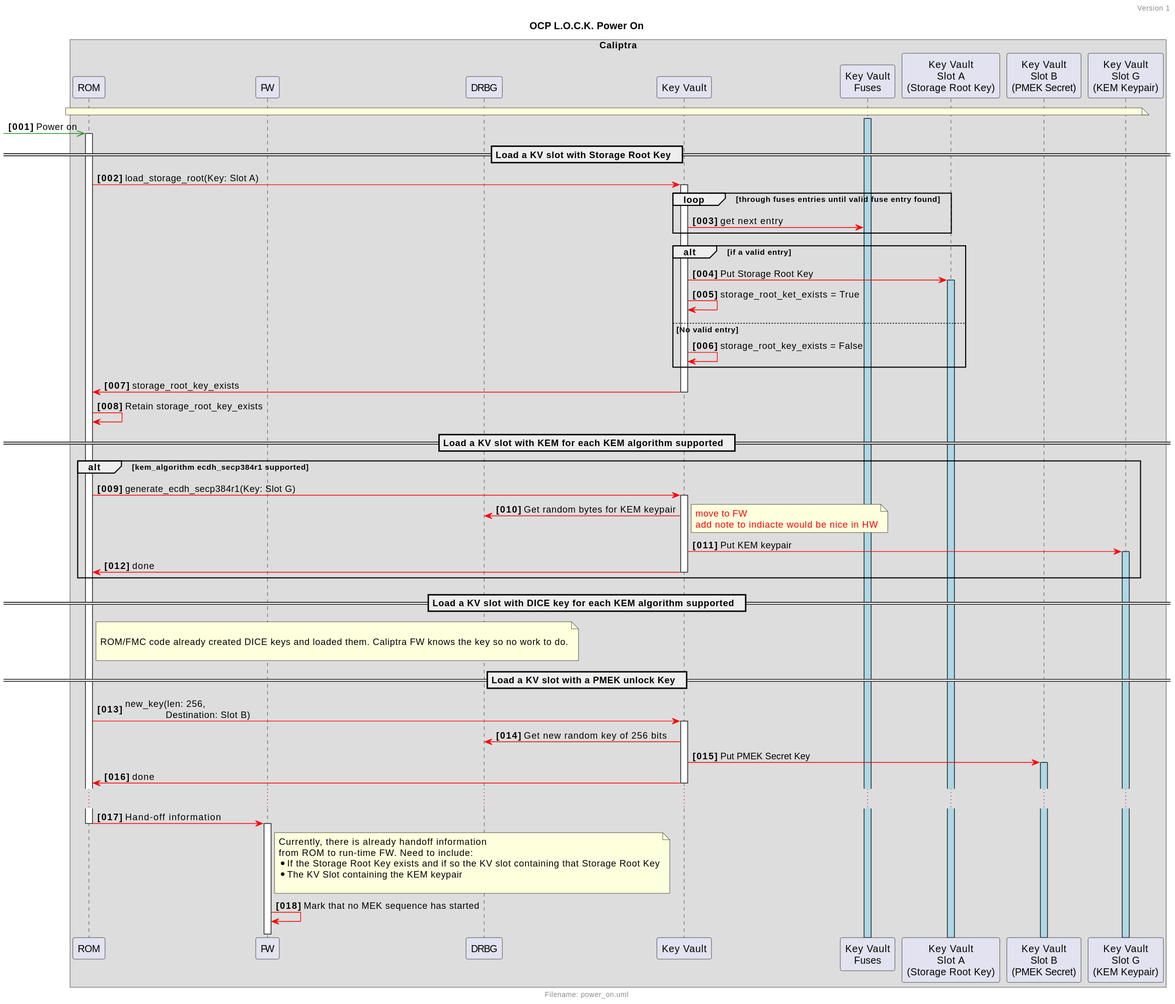
chipsalliance/Caliptra keeps this PlantUML diagram as doc/ocp_lock/diagrams/power_on.svg. Above is the earlier version.
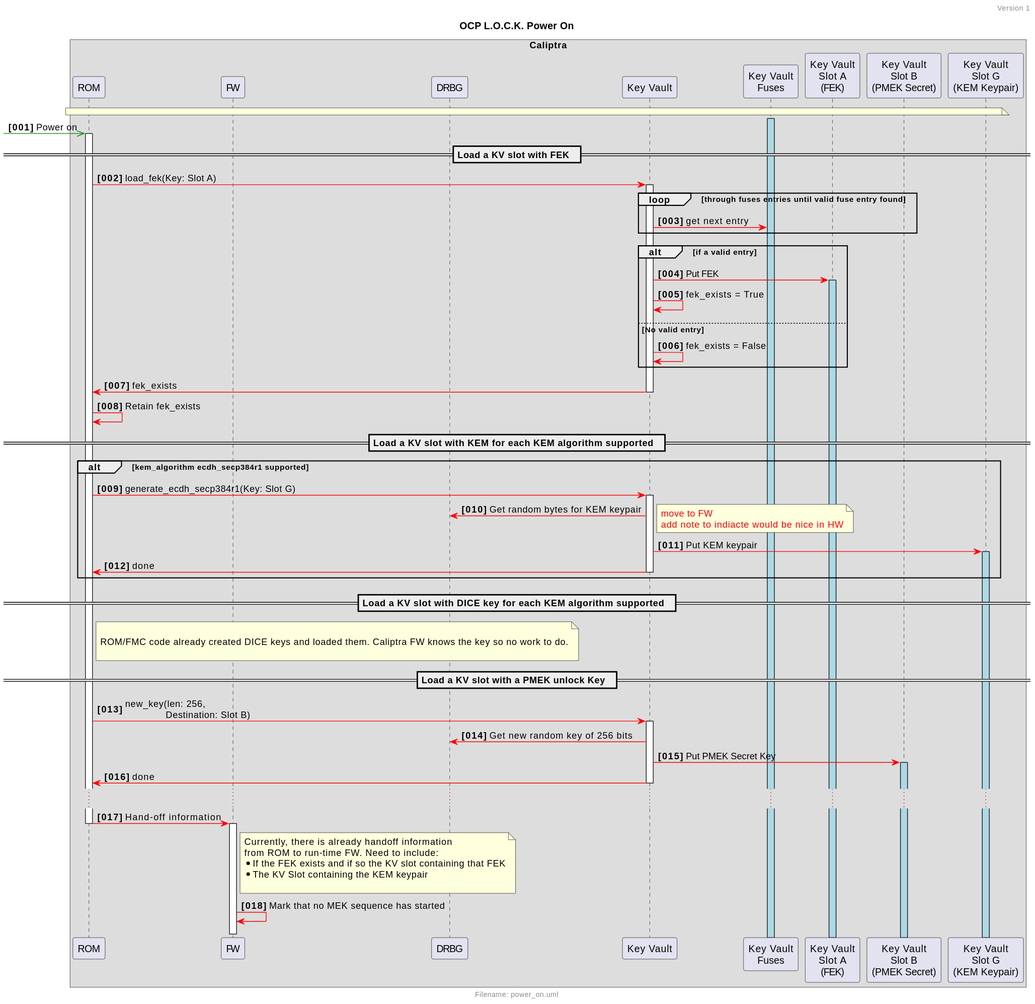
Above is the later version.

Change to the diagram source:
```diff
@@ -18,27 +18,27 @@
 
 [-[$ASYNC_COLOR]>> crom++ : Power on
 
-== Load a KV slot with Storage Root Key  ==
+== Load a KV slot with FEK  ==
 
-crom $sync kv++: load_storage_root(Key: Slot A)
+crom $sync kv++: load_fek(Key: Slot A)
 loop through fuses entries until valid fuse entry found
     kv $sync fuses : get next entry
 end
 
 alt if a valid entry
-    kv $sync srk : Put Storage Root Key
-    srk++ $BUFFER_ACTIVATION
-    kv $sync kv: storage_root_ket_exists = True
+    kv $sync fek : Put FEK
+    fek++ $BUFFER_ACTIVATION
+    kv $sync kv: fek_exists = True
 else No valid entry
-    kv $sync kv: storage_root_key_exists = False
+    kv $sync kv: fek_exists = False
 end
 !if ($show_done)
-    kv $sync crom-- : storage_root_key_exists
+    kv $sync crom-- : fek_exists
 !else
     kv--
 !endif
 
-crom $sync crom : Retain storage_root_key_exists
+crom $sync crom : Retain fek_exists
 
 
 == Load a KV slot with KEM for each KEM algorithm supported  ==
@@ -86,7 +86,7 @@
 note right cfw
     Currently, there is already handoff information
     from ROM to run-time FW. Need to include:
-    * If the Storage Root Key exists and if so the KV slot containing that Storage Root Key
+    * If the FEK exists and if so the KV slot containing that FEK
     * The KV Slot containing the KEM keypair
 
 end note
```
